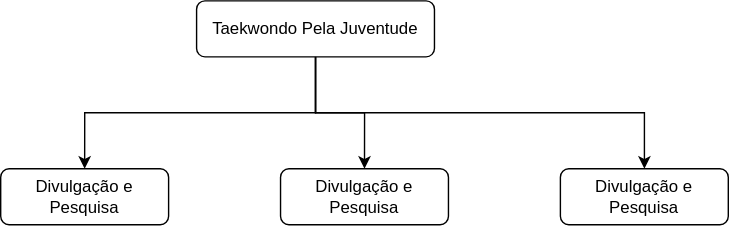
The draw.io diagram EAR.svg in mdmundo/diagrams, before a commit. Source tidied: cells renumbered, new cells last; positions are measured from the earlier drawing's top-left corner, leaving out a move shared by most shapes.
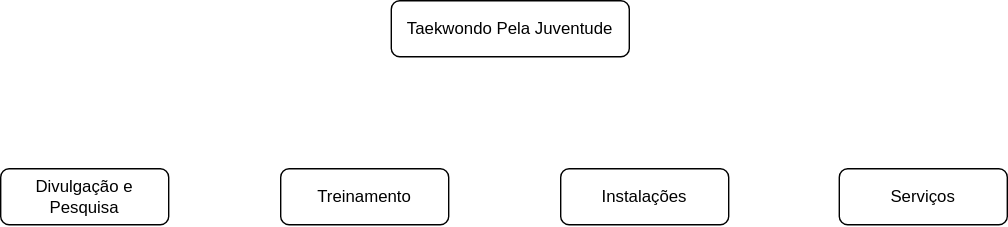
Above is the later version.

What changed in the source:
```diff
@@ -2,31 +2,20 @@
   <root>
     <mxCell id="0" />
     <mxCell id="1" parent="0" />
-    <mxCell id="2" style="edgeStyle=orthogonalEdgeStyle;rounded=0;jettySize=auto;html=1;exitX=0.5;exitY=1;exitDx=0;exitDy=0;entryX=0.5;entryY=0;entryDx=0;entryDy=0;" parent="1" edge="1" source="5" target="6">
-      <mxGeometry relative="1" as="geometry" />
-    </mxCell>
-    <mxCell id="3" style="edgeStyle=orthogonalEdgeStyle;rounded=0;jettySize=auto;html=1;entryX=0.5;entryY=0;entryDx=0;entryDy=0;" parent="1" edge="1" source="5" target="7">
-      <mxGeometry relative="1" as="geometry" />
-    </mxCell>
-    <mxCell id="4" style="edgeStyle=orthogonalEdgeStyle;rounded=0;jettySize=auto;html=1;" parent="1" edge="1" source="5" target="8">
-      <mxGeometry relative="1" as="geometry">
-        <Array as="points">
-          <mxPoint x="225" y="80" />
-          <mxPoint x="460" y="80" />
-        </Array>
-      </mxGeometry>
-    </mxCell>
     <mxCell id="5" value="Taekwondo Pela Juventude" style="rounded=1;whiteSpace=wrap;html=1;" parent="1" vertex="1">
-      <mxGeometry x="140" width="170" height="40" as="geometry" />
+      <mxGeometry x="279" width="170" height="40" as="geometry" />
     </mxCell>
     <mxCell id="6" value="Divulgação e Pesquisa" style="whiteSpace=wrap;html=1;rounded=1;" parent="1" vertex="1">
       <mxGeometry y="120" width="120" height="40" as="geometry" />
     </mxCell>
-    <mxCell id="7" value="Divulgação e Pesquisa" style="whiteSpace=wrap;html=1;rounded=1;" parent="1" vertex="1">
+    <mxCell id="7" value="Treinamento" style="whiteSpace=wrap;html=1;rounded=1;" parent="1" vertex="1">
       <mxGeometry x="200" y="120" width="120" height="40" as="geometry" />
     </mxCell>
-    <mxCell id="8" value="Divulgação e Pesquisa" style="whiteSpace=wrap;html=1;rounded=1;" parent="1" vertex="1">
+    <mxCell id="8" value="Instalações" style="whiteSpace=wrap;html=1;rounded=1;" parent="1" vertex="1">
       <mxGeometry x="400" y="120" width="120" height="40" as="geometry" />
     </mxCell>
+    <mxCell id="9" value="Serviços" style="whiteSpace=wrap;html=1;rounded=1;" parent="1" vertex="1">
+      <mxGeometry x="599" y="120" width="120" height="40" as="geometry" />
+    </mxCell>
   </root>
 </mxGraphModel>
```
